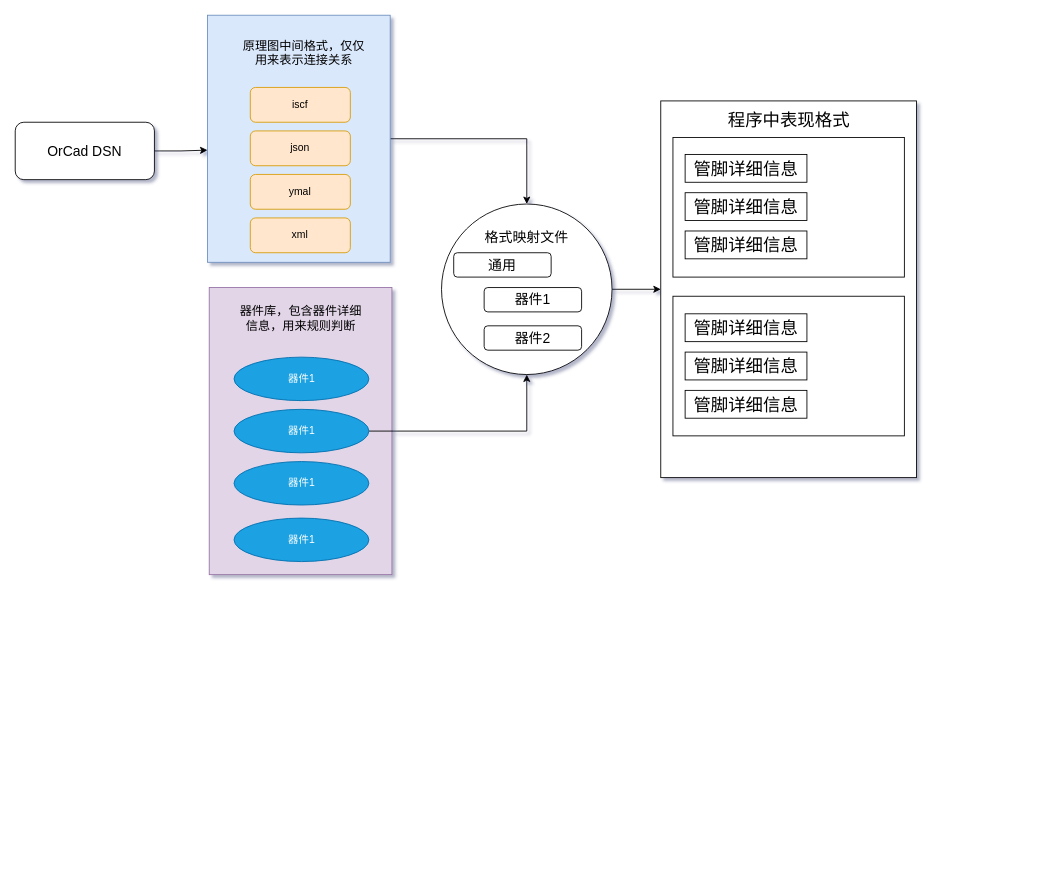
Earlier version of the draw.io diagram Untitled Diagram.drawio (imbakn/diagrams). Source tidied: cells renumbered, new cells numbered last; positions are measured from the earlier drawing's top-left corner, leaving out a move shared by most shapes. Both pictures are drawn from the tidied source at 87%, with x=0, y=0 at pixel (15, 15).
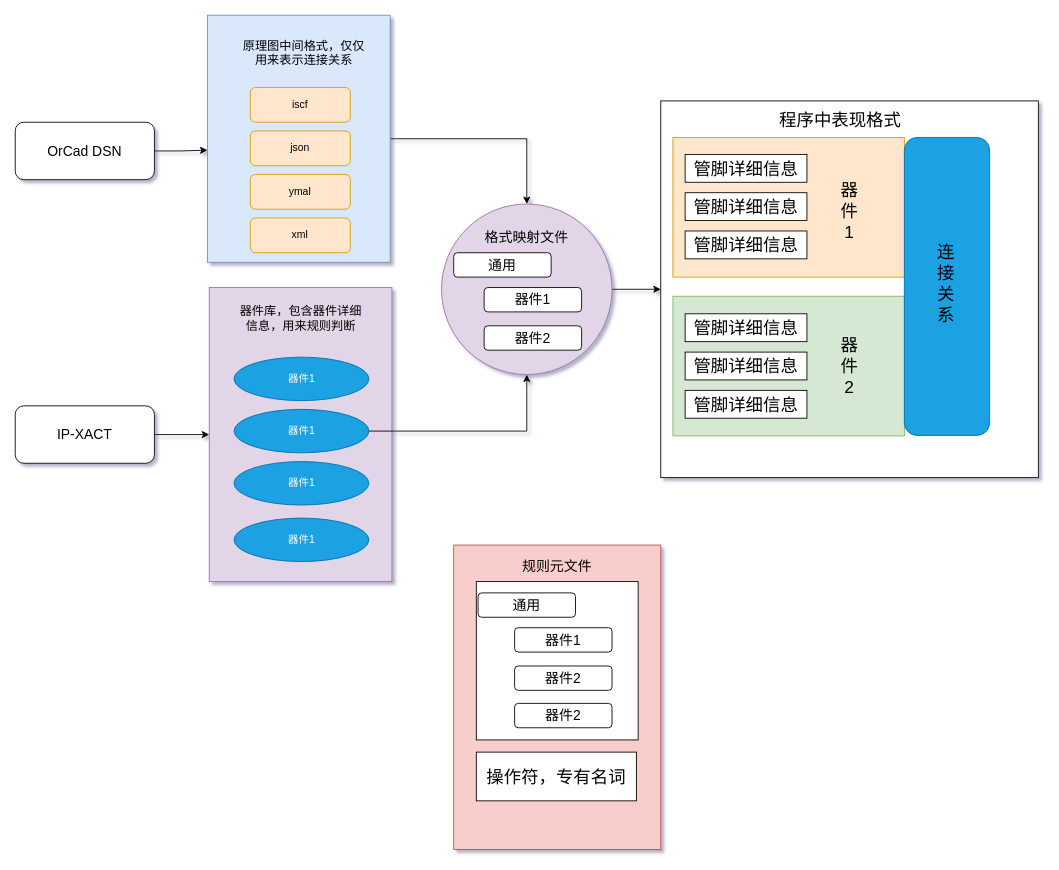
Above is the later version.

The edit, as a diff of the source:
```diff
@@
     <mxCell id="6" style="rounded=0;whiteSpace=wrap;html=1;fillColor=#e1d5e7;strokeColor=#9673a6;" parent="1" vertex="1">
-      <mxGeometry x="223" y="313" width="210" height="330" as="geometry" />
+      <mxGeometry x="223" y="313" width="210" height="338" as="geometry" />
     </mxCell>
@@
-    <mxCell id="19" style="ellipse;whiteSpace=wrap;html=1;fontSize=16;" parent="1" vertex="1">
+    <mxCell id="19" style="ellipse;whiteSpace=wrap;html=1;fontSize=16;fillColor=#e1d5e7;strokeColor=#9673a6;" parent="1" vertex="1">
       <mxGeometry x="490" y="217" width="196" height="196" as="geometry" />
     </mxCell>
     <mxCell id="20" style="rounded=0;whiteSpace=wrap;html=1;fontSize=16;" parent="1" vertex="1">
-      <mxGeometry x="742" y="98.5" width="294" height="433" as="geometry" />
+      <mxGeometry x="742" y="98.5" width="434" height="433" as="geometry" />
     </mxCell>
     <mxCell id="21" value="格式映射文件" style="text;html=1;strokeColor=none;fillColor=none;align=center;verticalAlign=middle;whiteSpace=wrap;rounded=0;fontSize=16;" parent="1" vertex="1">
-      <mxGeometry x="539" y="233" width="98" height="44" as="geometry" />
+      <mxGeometry x="539" y="237" width="98" height="36" as="geometry" />
     </mxCell>
@@
     <mxCell id="25" value="程序中表现格式" style="text;html=1;strokeColor=none;fillColor=none;align=center;verticalAlign=middle;whiteSpace=wrap;rounded=0;fontSize=20;" parent="1" vertex="1">
-      <mxGeometry x="815.5" y="98.5" width="147" height="42" as="geometry" />
+      <mxGeometry x="875" y="98.5" width="147" height="42" as="geometry" />
     </mxCell>
-    <mxCell id="26" style="rounded=0;whiteSpace=wrap;html=1;fontSize=20;" parent="1" vertex="1">
+    <mxCell id="26" style="rounded=0;whiteSpace=wrap;html=1;fontSize=20;fillColor=#ffe6cc;strokeColor=#d79b00;" parent="1" vertex="1">
       <mxGeometry x="756" y="140.5" width="266" height="160.5" as="geometry" />
     </mxCell>
-    <mxCell id="27" style="rounded=0;whiteSpace=wrap;html=1;fontSize=20;" parent="1" vertex="1">
+    <mxCell id="27" style="rounded=0;whiteSpace=wrap;html=1;fontSize=20;fillColor=#d5e8d4;strokeColor=#82b366;" parent="1" vertex="1">
       <mxGeometry x="756" y="323" width="266" height="160.5" as="geometry" />
     </mxCell>
@@
+    <mxCell id="34" style="edgeStyle=orthogonalEdgeStyle;rounded=0;jettySize=auto;html=1;entryX=0;entryY=0.5;entryDx=0;entryDy=0;fontSize=20;" parent="1" edge="1" source="35" target="6">
+      <mxGeometry relative="1" as="geometry" />
+    </mxCell>
+    <mxCell id="35" value="IP-XACT" style="rounded=1;whiteSpace=wrap;html=1;fontSize=16;" parent="1" vertex="1">
+      <mxGeometry y="449" width="160" height="66" as="geometry" />
+    </mxCell>
+    <mxCell id="36" style="rounded=1;whiteSpace=wrap;html=1;fontSize=20;fillColor=#1ba1e2;strokeColor=#006EAF;fontColor=#ffffff;" parent="1" vertex="1">
+      <mxGeometry x="1022" y="140.5" width="98" height="342.5" as="geometry" />
+    </mxCell>
+    <mxCell id="37" value="器件&lt;br&gt;1" style="text;html=1;strokeColor=none;fillColor=none;align=center;verticalAlign=middle;whiteSpace=wrap;rounded=0;fontSize=20;horizontal=1;" parent="1" vertex="1">
+      <mxGeometry x="939" y="175" width="40" height="98" as="geometry" />
+    </mxCell>
+    <mxCell id="38" value="器件&lt;br&gt;2" style="text;html=1;strokeColor=none;fillColor=none;align=center;verticalAlign=middle;whiteSpace=wrap;rounded=0;fontSize=20;horizontal=1;" parent="1" vertex="1">
+      <mxGeometry x="939" y="354.2" width="40" height="98" as="geometry" />
+    </mxCell>
+    <mxCell id="39" value="连接关系" style="text;html=1;strokeColor=none;fillColor=none;align=center;verticalAlign=middle;whiteSpace=wrap;rounded=0;fontSize=20;horizontal=1;" parent="1" vertex="1">
+      <mxGeometry x="1050" y="203" width="40" height="210" as="geometry" />
+    </mxCell>
+    <mxCell id="40" style="rounded=0;whiteSpace=wrap;html=1;fontSize=20;fillColor=#f8cecc;strokeColor=#b85450;" parent="1" vertex="1">
+      <mxGeometry x="504" y="609" width="238" height="350" as="geometry" />
+    </mxCell>
+    <mxCell id="41" value="规则元文件" style="text;html=1;strokeColor=none;fillColor=none;align=center;verticalAlign=middle;whiteSpace=wrap;rounded=0;fontSize=16;" parent="1" vertex="1">
+      <mxGeometry x="574" y="615" width="98" height="36" as="geometry" />
+    </mxCell>
+    <mxCell id="42" style="rounded=0;whiteSpace=wrap;html=1;fontSize=20;" parent="1" vertex="1">
+      <mxGeometry x="530" y="651" width="186" height="182" as="geometry" />
+    </mxCell>
+    <mxCell id="43" value="器件2" style="rounded=1;whiteSpace=wrap;html=1;fontSize=16;" parent="1" vertex="1">
+      <mxGeometry x="574" y="748" width="112" height="28" as="geometry" />
+    </mxCell>
+    <mxCell id="44" value="器件2" style="rounded=1;whiteSpace=wrap;html=1;fontSize=16;" parent="1" vertex="1">
+      <mxGeometry x="574" y="791" width="112" height="28" as="geometry" />
+    </mxCell>
+    <mxCell id="45" value="通用" style="rounded=1;whiteSpace=wrap;html=1;fontSize=16;" parent="1" vertex="1">
+      <mxGeometry x="532" y="664" width="112" height="28" as="geometry" />
+    </mxCell>
+    <mxCell id="46" value="器件1" style="rounded=1;whiteSpace=wrap;html=1;fontSize=16;" parent="1" vertex="1">
+      <mxGeometry x="574" y="704" width="112" height="28" as="geometry" />
+    </mxCell>
+    <mxCell id="47" value="操作符，专有名词" style="rounded=0;whiteSpace=wrap;html=1;fontSize=20;" parent="1" vertex="1">
+      <mxGeometry x="530" y="847" width="184" height="56" as="geometry" />
+    </mxCell>
```
